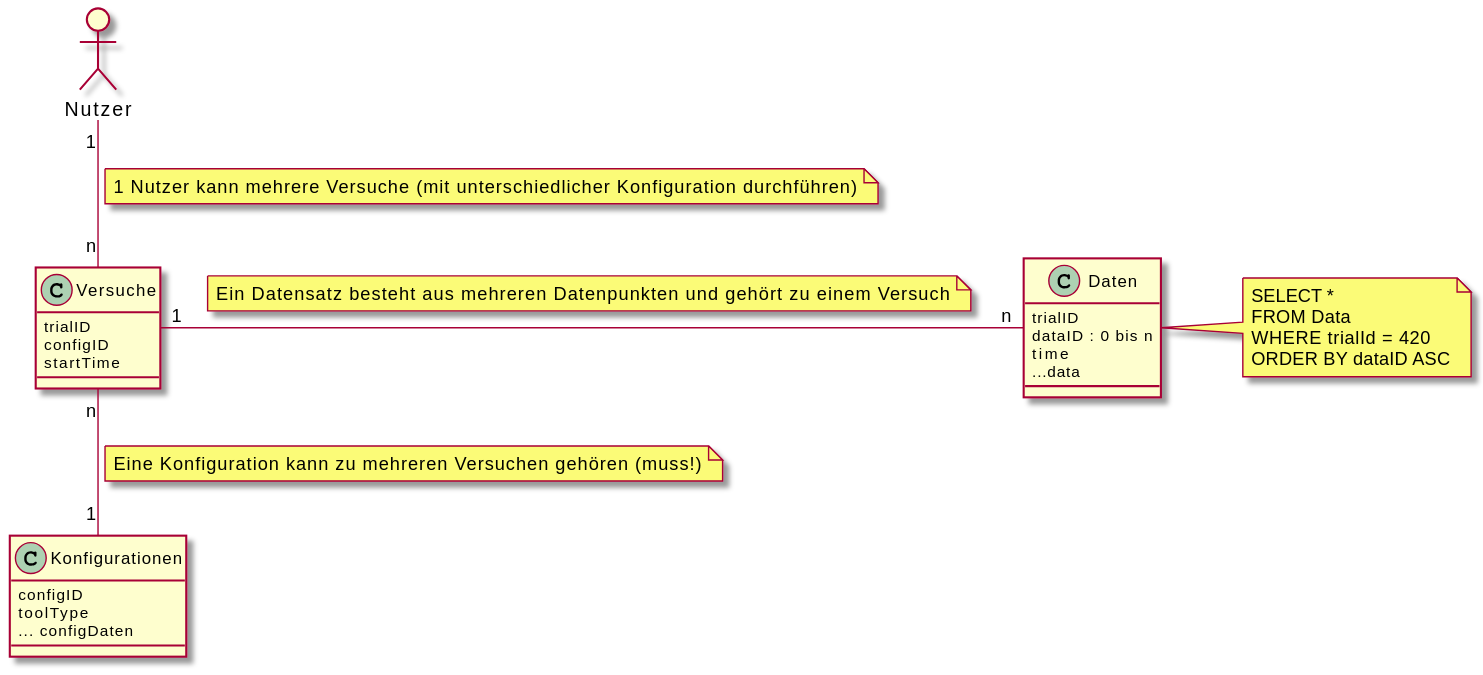
Earlier version of the PlantUML export uml-class/sonstige/database.svg (weichware-10/dokumente).
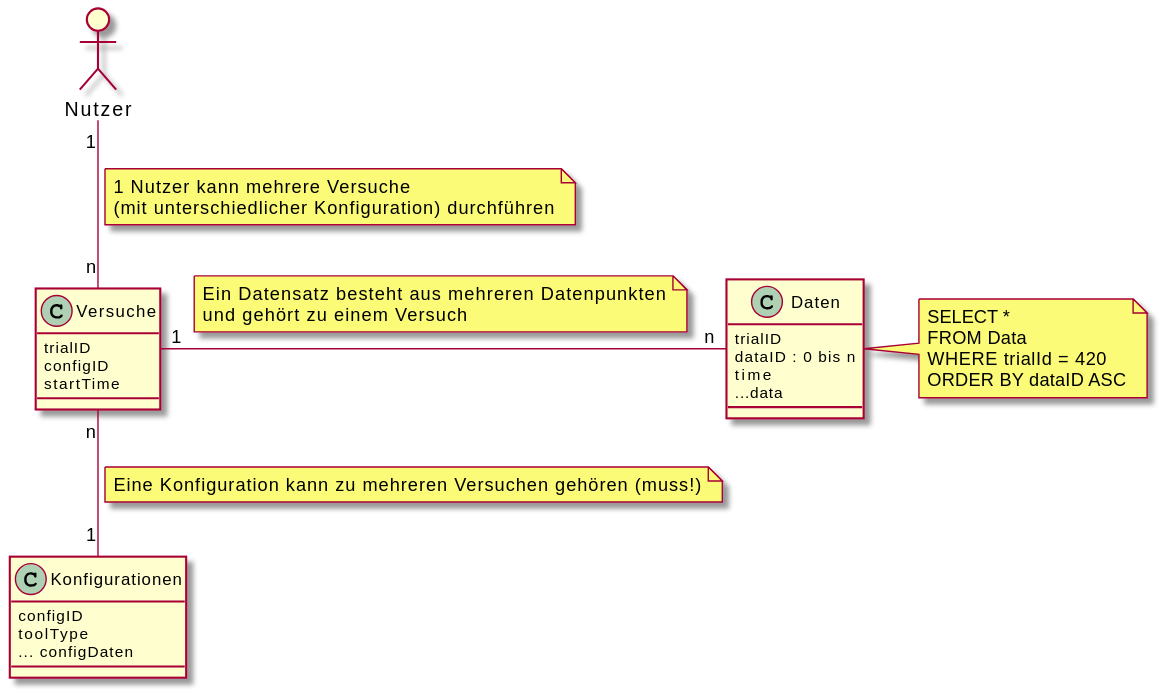
Above is the later version.

Commit message:
[chore] rendered SVGs

What changed in the source:
```diff
@@ -23,11 +23,13 @@
 
 n "1" -- "n" v
 note on link
-    1 Nutzer kann mehrere Versuche (mit unterschiedlicher Konfiguration durchführen)
+    1 Nutzer kann mehrere Versuche
+    (mit unterschiedlicher Konfiguration) durchführen
 end note
 v "1" -r- "n" d
 note on link
-    Ein Datensatz besteht aus mehreren Datenpunkten und gehört zu einem Versuch
+    Ein Datensatz besteht aus mehreren Datenpunkten
+    und gehört zu einem Versuch
 end note
 v "n" -- "1" k
 note on link
```
